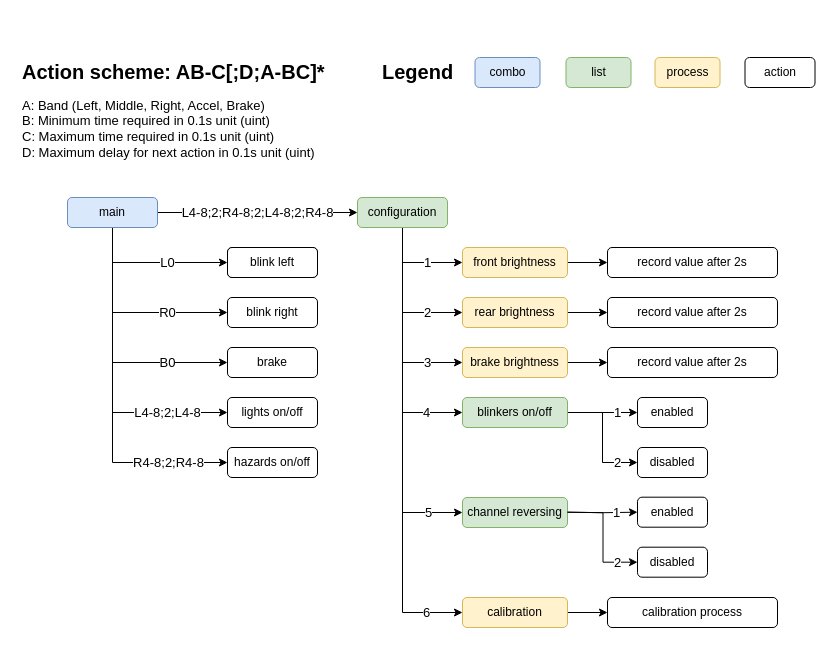
Above: extras/UI Flowchart.drawio in Tinynja/rc-car-lights (draw.io), before the change. Source tidied: cells renumbered, new cells numbered last; positions are measured from the earlier drawing's top-left corner, leaving out a move shared by most shapes. Both pictures are drawn from the tidied source at 100%, with x=0, y=0 at pixel (17, 57).
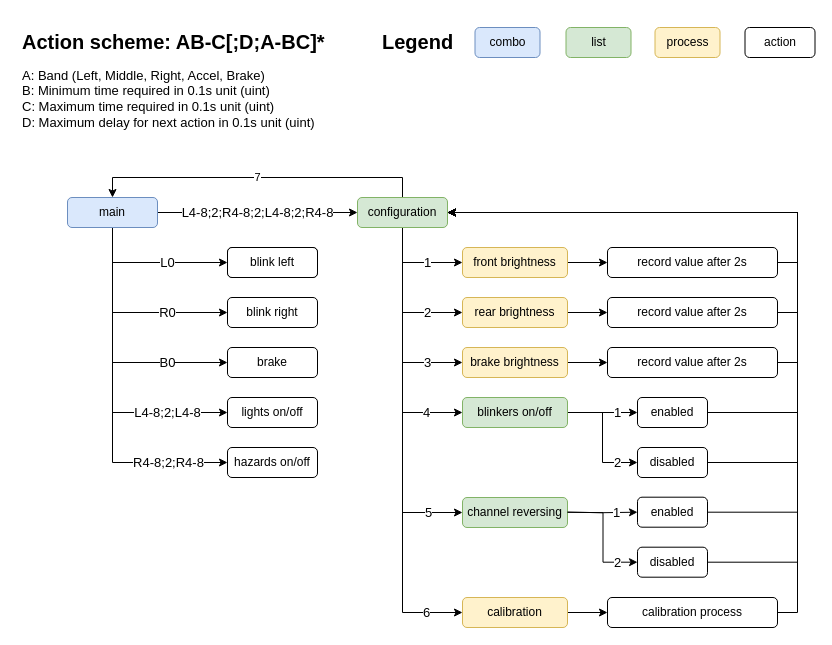
After the change.

Unchanged cells that the change refers to:
```xml
<mxCell id="11" value="main" style="rounded=1;whiteSpace=wrap;html=1;perimeterSpacing=0;strokeWidth=1;glass=0;shadow=0;fillColor=#dae8fc;strokeColor=#6c8ebf;" parent="1" vertex="1">
  <mxGeometry x="50" y="140" width="90" height="30" as="geometry" />
</mxCell>
<mxCell id="24" value="configuration" style="rounded=1;whiteSpace=wrap;html=1;perimeterSpacing=0;strokeWidth=1;glass=0;shadow=0;fillColor=#d5e8d4;strokeColor=#82b366;" parent="1" vertex="1">
  <mxGeometry x="340" y="140" width="90" height="30" as="geometry" />
</mxCell>
<mxCell id="39" value="record value after 2s" style="rounded=1;whiteSpace=wrap;html=1;" parent="1" vertex="1">
  <mxGeometry x="590" y="190" width="170" height="30" as="geometry" />
</mxCell>
<mxCell id="40" value="record value after 2s" style="rounded=1;whiteSpace=wrap;html=1;" parent="1" vertex="1">
  <mxGeometry x="590" y="240" width="170" height="30" as="geometry" />
</mxCell>
<mxCell id="41" value="record value after 2s" style="rounded=1;whiteSpace=wrap;html=1;" parent="1" vertex="1">
  <mxGeometry x="590" y="290" width="170" height="30" as="geometry" />
</mxCell>
<mxCell id="42" value="calibration process" style="rounded=1;whiteSpace=wrap;html=1;" parent="1" vertex="1">
  <mxGeometry x="590" y="540" width="170" height="30" as="geometry" />
</mxCell>
<mxCell id="43" value="enabled" style="rounded=1;whiteSpace=wrap;html=1;" parent="1" vertex="1">
  <mxGeometry x="620" y="340" width="70" height="30" as="geometry" />
</mxCell>
<mxCell id="44" value="disabled" style="rounded=1;whiteSpace=wrap;html=1;" parent="1" vertex="1">
  <mxGeometry x="620" y="390" width="70" height="30" as="geometry" />
</mxCell>
<mxCell id="46" value="enabled" style="rounded=1;whiteSpace=wrap;html=1;" parent="1" vertex="1">
  <mxGeometry x="620" y="439.7" width="70" height="30" as="geometry" />
</mxCell>
<mxCell id="48" value="disabled" style="rounded=1;whiteSpace=wrap;html=1;" parent="1" vertex="1">
  <mxGeometry x="620" y="489.7" width="70" height="30" as="geometry" />
</mxCell>
```

The edit, as a diff of the source:
```diff
@@
     <mxCell id="2" value="&lt;h1 style=&quot;font-size: 20px;&quot;&gt;Legend&lt;/h1&gt;" style="text;html=1;strokeColor=none;fillColor=none;spacing=5;spacingTop=-20;whiteSpace=wrap;overflow=hidden;rounded=0;" parent="1" vertex="1">
-      <mxGeometry x="360" width="90" height="30" as="geometry" />
+      <mxGeometry x="360" y="-30" width="90" height="30" as="geometry" />
     </mxCell>
@@
     <mxCell id="4" value="&lt;h1 style=&quot;font-size: 20px;&quot;&gt;&lt;font style=&quot;font-size: 20px;&quot;&gt;Action scheme: AB-C[;D;A-BC]*&lt;/font&gt;&lt;/h1&gt;&lt;p style=&quot;font-size: 13px;&quot;&gt;&lt;span style=&quot;background-color: initial;&quot;&gt;A: Band (Left, Middle, Right, Accel, Brake)&lt;/span&gt;&lt;br&gt;&lt;span style=&quot;background-color: initial;&quot;&gt;B: Minimum time required in 0.1s unit (uint)&lt;/span&gt;&lt;br&gt;&lt;span style=&quot;background-color: initial;&quot;&gt;C: Maximum time required in 0.1s unit (uint)&lt;/span&gt;&lt;br&gt;&lt;span style=&quot;background-color: initial;&quot;&gt;D: Maximum delay for next action in 0.1s unit (uint)&lt;/span&gt;&lt;br&gt;&lt;/p&gt;" style="text;html=1;strokeColor=none;fillColor=none;spacing=5;spacingTop=-20;whiteSpace=wrap;overflow=hidden;rounded=0;" parent="1" vertex="1">
-      <mxGeometry width="320" height="120" as="geometry" />
+      <mxGeometry y="-30" width="320" height="120" as="geometry" />
     </mxCell>
@@
     <mxCell id="16" value="combo" style="rounded=1;whiteSpace=wrap;html=1;perimeterSpacing=0;strokeWidth=1;glass=0;shadow=0;fillColor=#dae8fc;strokeColor=#6c8ebf;" parent="1" vertex="1">
-      <mxGeometry x="457.5" width="65" height="30" as="geometry" />
+      <mxGeometry x="457.5" y="-30" width="65" height="30" as="geometry" />
     </mxCell>
     <mxCell id="17" value="action" style="rounded=1;whiteSpace=wrap;html=1;" parent="1" vertex="1">
-      <mxGeometry x="727.5" width="70" height="30" as="geometry" />
+      <mxGeometry x="727.5" y="-30" width="70" height="30" as="geometry" />
     </mxCell>
@@
+    <mxCell id="50" value="7" style="edgeStyle=orthogonalEdgeStyle;rounded=0;jettySize=auto;html=1;exitX=0.5;exitY=0;exitDx=0;exitDy=0;entryX=0.5;entryY=0;entryDx=0;entryDy=0;" parent="1" edge="1" source="24" target="11">
+      <mxGeometry relative="1" as="geometry" />
+    </mxCell>
@@
     <mxCell id="28" value="list" style="rounded=1;whiteSpace=wrap;html=1;perimeterSpacing=0;strokeWidth=1;glass=0;shadow=0;fillColor=#d5e8d4;strokeColor=#82b366;" parent="1" vertex="1">
-      <mxGeometry x="548.5" width="65" height="30" as="geometry" />
+      <mxGeometry x="548.5" y="-30" width="65" height="30" as="geometry" />
     </mxCell>
@@
+    <mxCell id="51" style="edgeStyle=orthogonalEdgeStyle;rounded=0;jettySize=auto;html=1;exitX=1;exitY=0.5;exitDx=0;exitDy=0;entryX=1;entryY=0.5;entryDx=0;entryDy=0;" parent="1" edge="1" source="39" target="24">
+      <mxGeometry relative="1" as="geometry" />
+    </mxCell>
@@
+    <mxCell id="52" style="edgeStyle=orthogonalEdgeStyle;rounded=0;jettySize=auto;html=1;exitX=1;exitY=0.5;exitDx=0;exitDy=0;entryX=1;entryY=0.5;entryDx=0;entryDy=0;" parent="1" edge="1" source="40" target="24">
+      <mxGeometry relative="1" as="geometry" />
+    </mxCell>
@@
+    <mxCell id="53" style="edgeStyle=orthogonalEdgeStyle;rounded=0;jettySize=auto;html=1;exitX=1;exitY=0.5;exitDx=0;exitDy=0;entryX=1;entryY=0.5;entryDx=0;entryDy=0;" parent="1" edge="1" source="41" target="24">
+      <mxGeometry relative="1" as="geometry" />
+    </mxCell>
@@
+    <mxCell id="54" style="edgeStyle=orthogonalEdgeStyle;rounded=0;jettySize=auto;html=1;exitX=1;exitY=0.5;exitDx=0;exitDy=0;entryX=1;entryY=0.5;entryDx=0;entryDy=0;" parent="1" edge="1" source="42" target="24">
+      <mxGeometry relative="1" as="geometry" />
+    </mxCell>
@@
+    <mxCell id="55" style="edgeStyle=orthogonalEdgeStyle;rounded=0;jettySize=auto;html=1;exitX=1;exitY=0.5;exitDx=0;exitDy=0;entryX=1;entryY=0.5;entryDx=0;entryDy=0;" parent="1" edge="1" source="43" target="24">
+      <mxGeometry relative="1" as="geometry">
+        <Array as="points">
+          <mxPoint x="780" y="355" />
+          <mxPoint x="780" y="155" />
+        </Array>
+      </mxGeometry>
+    </mxCell>
@@
+    <mxCell id="56" style="edgeStyle=orthogonalEdgeStyle;rounded=0;jettySize=auto;html=1;exitX=1;exitY=0.5;exitDx=0;exitDy=0;entryX=1;entryY=0.5;entryDx=0;entryDy=0;" parent="1" edge="1" source="44" target="24">
+      <mxGeometry relative="1" as="geometry">
+        <Array as="points">
+          <mxPoint x="780" y="405" />
+          <mxPoint x="780" y="155" />
+        </Array>
+      </mxGeometry>
+    </mxCell>
@@
+    <mxCell id="57" style="edgeStyle=orthogonalEdgeStyle;rounded=0;jettySize=auto;html=1;exitX=1;exitY=0.5;exitDx=0;exitDy=0;entryX=1;entryY=0.5;entryDx=0;entryDy=0;" parent="1" edge="1" source="46" target="24">
+      <mxGeometry relative="1" as="geometry">
+        <Array as="points">
+          <mxPoint x="780" y="455" />
+          <mxPoint x="780" y="155" />
+        </Array>
+      </mxGeometry>
+    </mxCell>
@@
+    <mxCell id="58" style="edgeStyle=orthogonalEdgeStyle;rounded=0;jettySize=auto;html=1;exitX=1;exitY=0.5;exitDx=0;exitDy=0;entryX=1;entryY=0.5;entryDx=0;entryDy=0;" parent="1" edge="1" source="48" target="24">
+      <mxGeometry relative="1" as="geometry">
+        <Array as="points">
+          <mxPoint x="780" y="505" />
+          <mxPoint x="780" y="155" />
+        </Array>
+      </mxGeometry>
+    </mxCell>
@@
     <mxCell id="49" value="process" style="rounded=1;whiteSpace=wrap;html=1;perimeterSpacing=0;strokeWidth=1;glass=0;shadow=0;fillColor=#fff2cc;strokeColor=#d6b656;" parent="1" vertex="1">
-      <mxGeometry x="637.5" width="65" height="30" as="geometry" />
+      <mxGeometry x="637.5" y="-30" width="65" height="30" as="geometry" />
     </mxCell>
```
